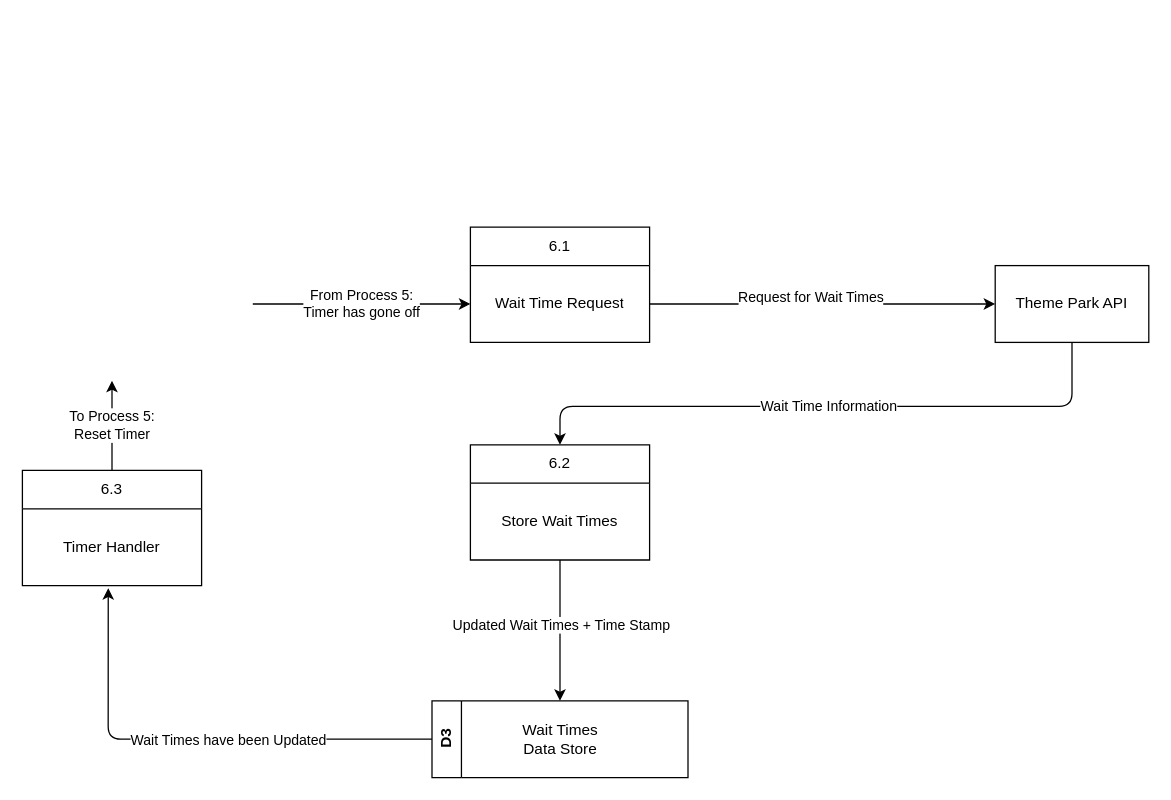
The draw.io diagram page "UC2_L1P5 - Update Wait Time" (4 of 5) of UseCases.drawio in TKCoder13/CSC331_UseCases, before the edit. Source tidied: cells renumbered, new cells numbered last; positions are measured from the earlier drawing's top-left corner, leaving out a move shared by most shapes. Both pictures are drawn from the tidied source at 128%, with x=0, y=0 at pixel (22, 227).
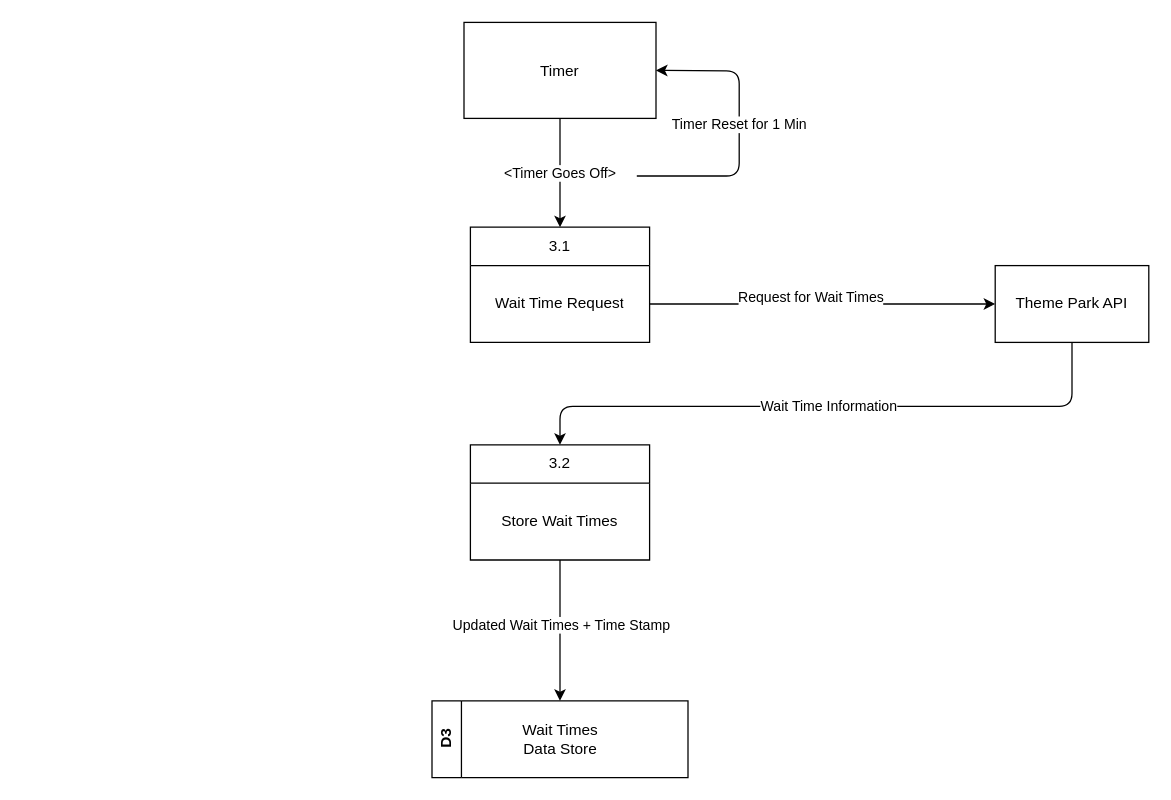
The same diagram, later.

The change refers to these unchanged cells:
```xml
<mxCell id="3" value="Wait Time Request" style="text;strokeColor=none;fillColor=none;align=center;verticalAlign=middle;spacingLeft=4;spacingRight=4;overflow=hidden;points=[[0,0.5],[1,0.5]];portConstraint=eastwest;whiteSpace=wrap;html=1;" parent="2" vertex="1">
  <mxGeometry y="30" width="140" height="60" as="geometry" />
</mxCell>
<mxCell id="9" value="D3" style="swimlane;horizontal=0;whiteSpace=wrap;html=1;startSize=23;" parent="1" vertex="1">
  <mxGeometry x="320" y="370" width="200" height="60" as="geometry" />
</mxCell>
```

What changed in the source:
```diff
@@
-    <mxCell id="2" value="6.1" style="swimlane;fontStyle=0;horizontal=1;startSize=30;whiteSpace=wrap;html=1;" parent="1" vertex="1">
+    <mxCell id="2" value="3.1" style="swimlane;fontStyle=0;horizontal=1;startSize=30;whiteSpace=wrap;html=1;" parent="1" vertex="1">
       <mxGeometry x="350" width="140" height="90" as="geometry" />
     </mxCell>
@@
-    <mxCell id="7" value="From Process 5:&lt;br&gt;Timer has gone off" style="endArrow=classic;html=1;exitX=1;exitY=0.5;exitDx=0;exitDy=0;entryX=0;entryY=0.5;entryDx=0;entryDy=0;" parent="1" edge="1" target="3">
-      <mxGeometry relative="1" as="geometry">
-        <mxPoint x="180" y="60" as="sourcePoint" />
-      </mxGeometry>
+    <mxCell id="7" value="&amp;lt;Timer Goes Off&amp;gt;" style="endArrow=classic;html=1;exitX=0.5;exitY=1;exitDx=0;exitDy=0;entryX=0.5;entryY=0;entryDx=0;entryDy=0;" parent="1" edge="1" source="19" target="2">
+      <mxGeometry relative="1" as="geometry" />
     </mxCell>
-    <mxCell id="8" value="To Process 5:&lt;br&gt;Reset Timer" style="endArrow=classic;html=1;exitX=0.5;exitY=0;exitDx=0;exitDy=0;" parent="1" edge="1" source="15">
-      <mxGeometry relative="1" as="geometry">
-        <mxPoint x="70" y="120" as="targetPoint" />
-      </mxGeometry>
-    </mxCell>
@@
-    <mxCell id="13" style="endArrow=classic;html=1;exitX=0;exitY=0.5;exitDx=0;exitDy=0;entryX=0.479;entryY=1.033;entryDx=0;entryDy=0;entryPerimeter=0;" parent="1" edge="1" source="9" target="16">
-      <mxGeometry relative="1" as="geometry">
-        <Array as="points">
-          <mxPoint x="67" y="400" />
-        </Array>
-      </mxGeometry>
-    </mxCell>
-    <mxCell id="14" value="Wait Times have been Updated" style="edgeLabel;html=1;align=center;verticalAlign=middle;" parent="13" vertex="1">
-      <mxGeometry x="0.2" y="1" relative="1" as="geometry">
-        <mxPoint x="63" y="-1" as="offset" />
-      </mxGeometry>
-    </mxCell>
-    <mxCell id="15" value="6.3" style="swimlane;fontStyle=0;horizontal=1;startSize=30;whiteSpace=wrap;html=1;" parent="1" vertex="1">
-      <mxGeometry y="190" width="140" height="90" as="geometry" />
-    </mxCell>
-    <mxCell id="16" value="Timer Handler" style="text;strokeColor=none;fillColor=none;align=center;verticalAlign=middle;spacingLeft=4;spacingRight=4;overflow=hidden;points=[[0,0.5],[1,0.5]];portConstraint=eastwest;whiteSpace=wrap;html=1;" parent="15" vertex="1">
-      <mxGeometry y="30" width="140" height="60" as="geometry" />
-    </mxCell>
-    <mxCell id="17" value="6.2" style="swimlane;fontStyle=0;horizontal=1;startSize=30;whiteSpace=wrap;html=1;" parent="1" vertex="1">
+    <mxCell id="17" value="3.2" style="swimlane;fontStyle=0;horizontal=1;startSize=30;whiteSpace=wrap;html=1;" parent="1" vertex="1">
       <mxGeometry x="350" y="170" width="140" height="90" as="geometry" />
     </mxCell>
@@
+    <mxCell id="19" value="Timer" style="rounded=0;whiteSpace=wrap;html=1;" parent="1" vertex="1">
+      <mxGeometry x="345" y="-160" width="150" height="75" as="geometry" />
+    </mxCell>
+    <mxCell id="20" value="Timer Reset for 1 Min" style="endArrow=classic;html=1;entryX=1;entryY=0.5;entryDx=0;entryDy=0;" parent="1" edge="1" target="19">
+      <mxGeometry x="0.06" relative="1" as="geometry">
+        <mxPoint x="480" y="-40" as="sourcePoint" />
+        <Array as="points">
+          <mxPoint x="560" y="-40" />
+          <mxPoint x="560" y="-122" />
+        </Array>
+      </mxGeometry>
+    </mxCell>
```
